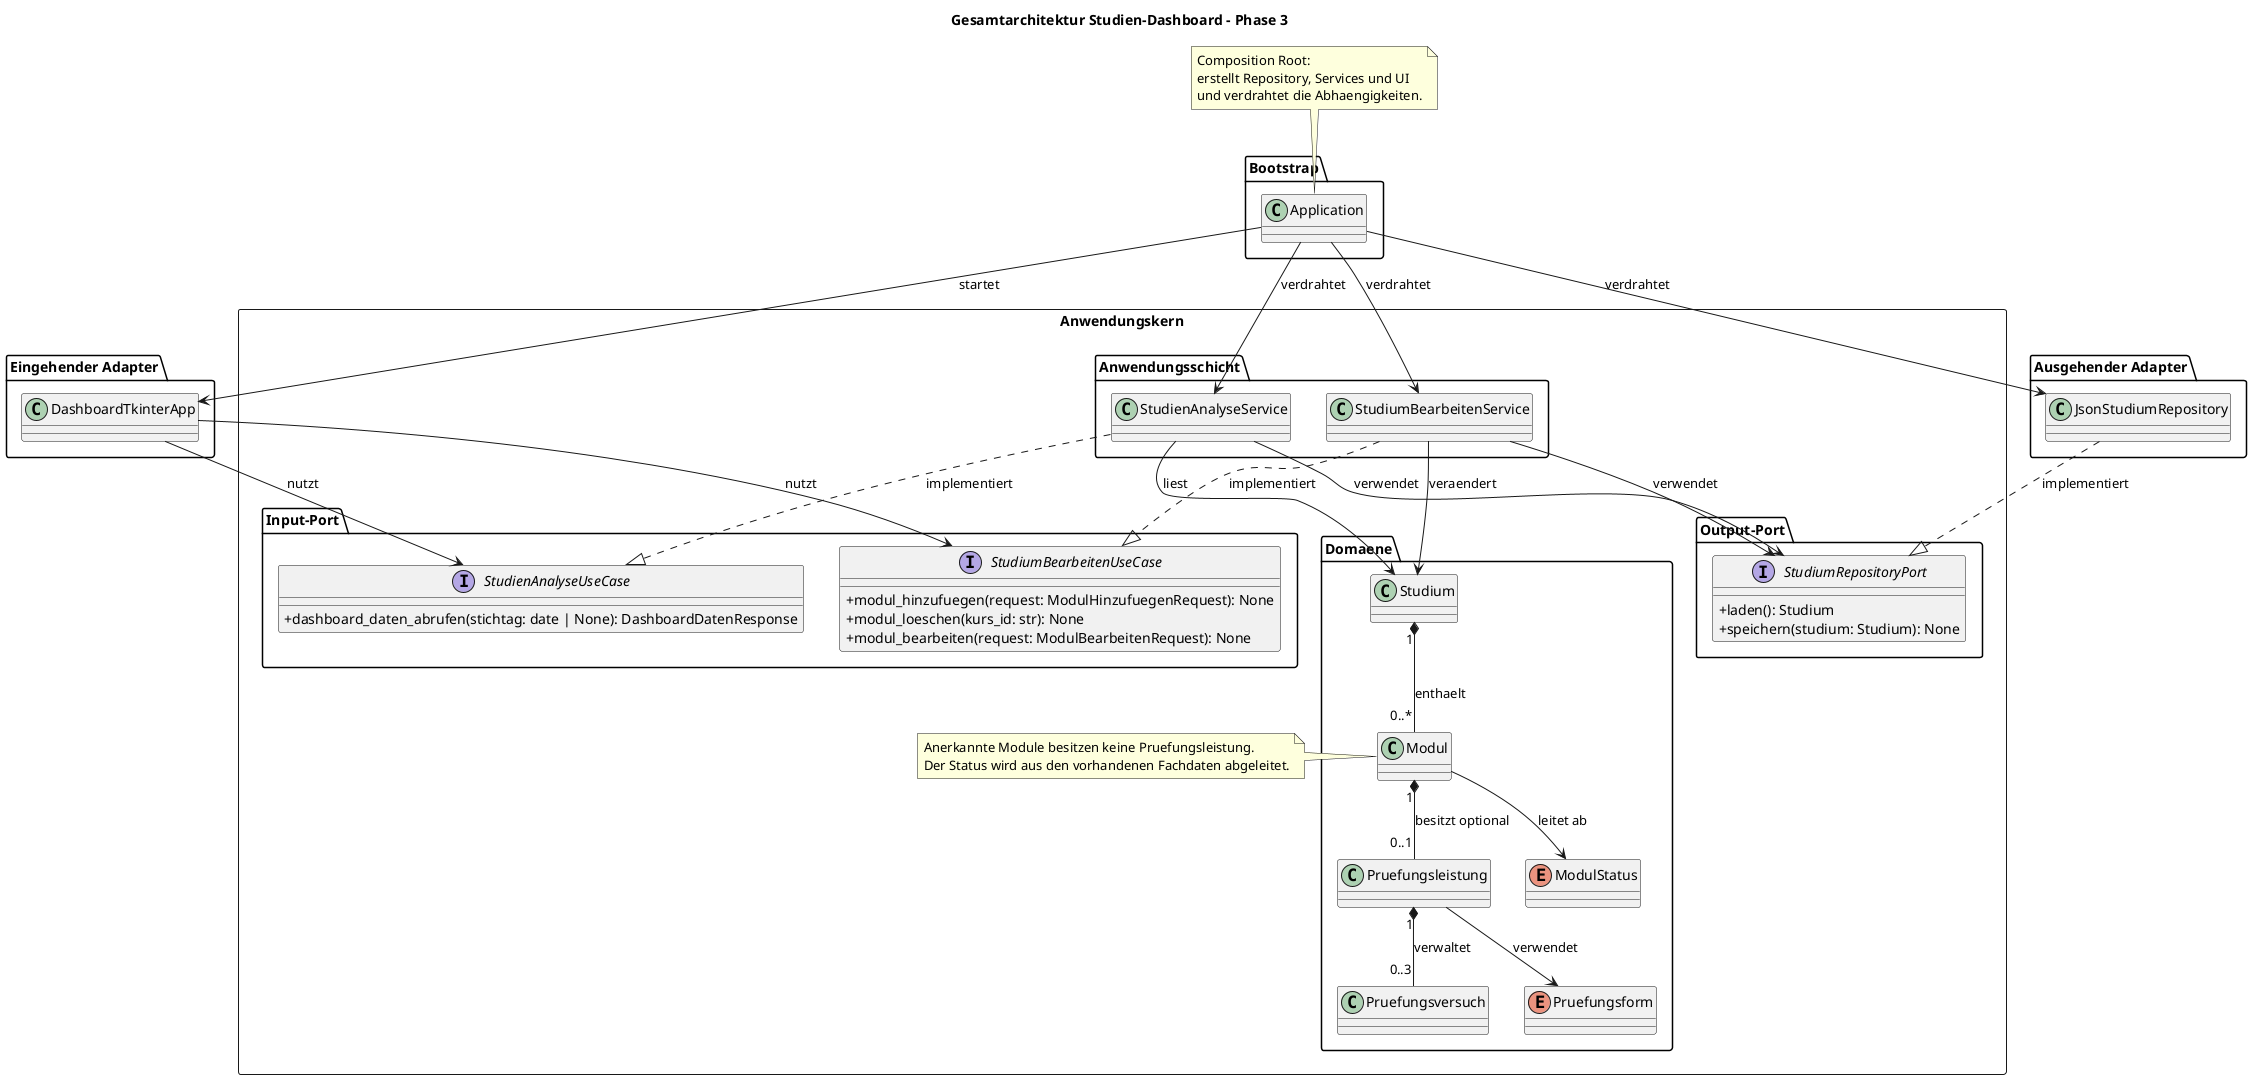
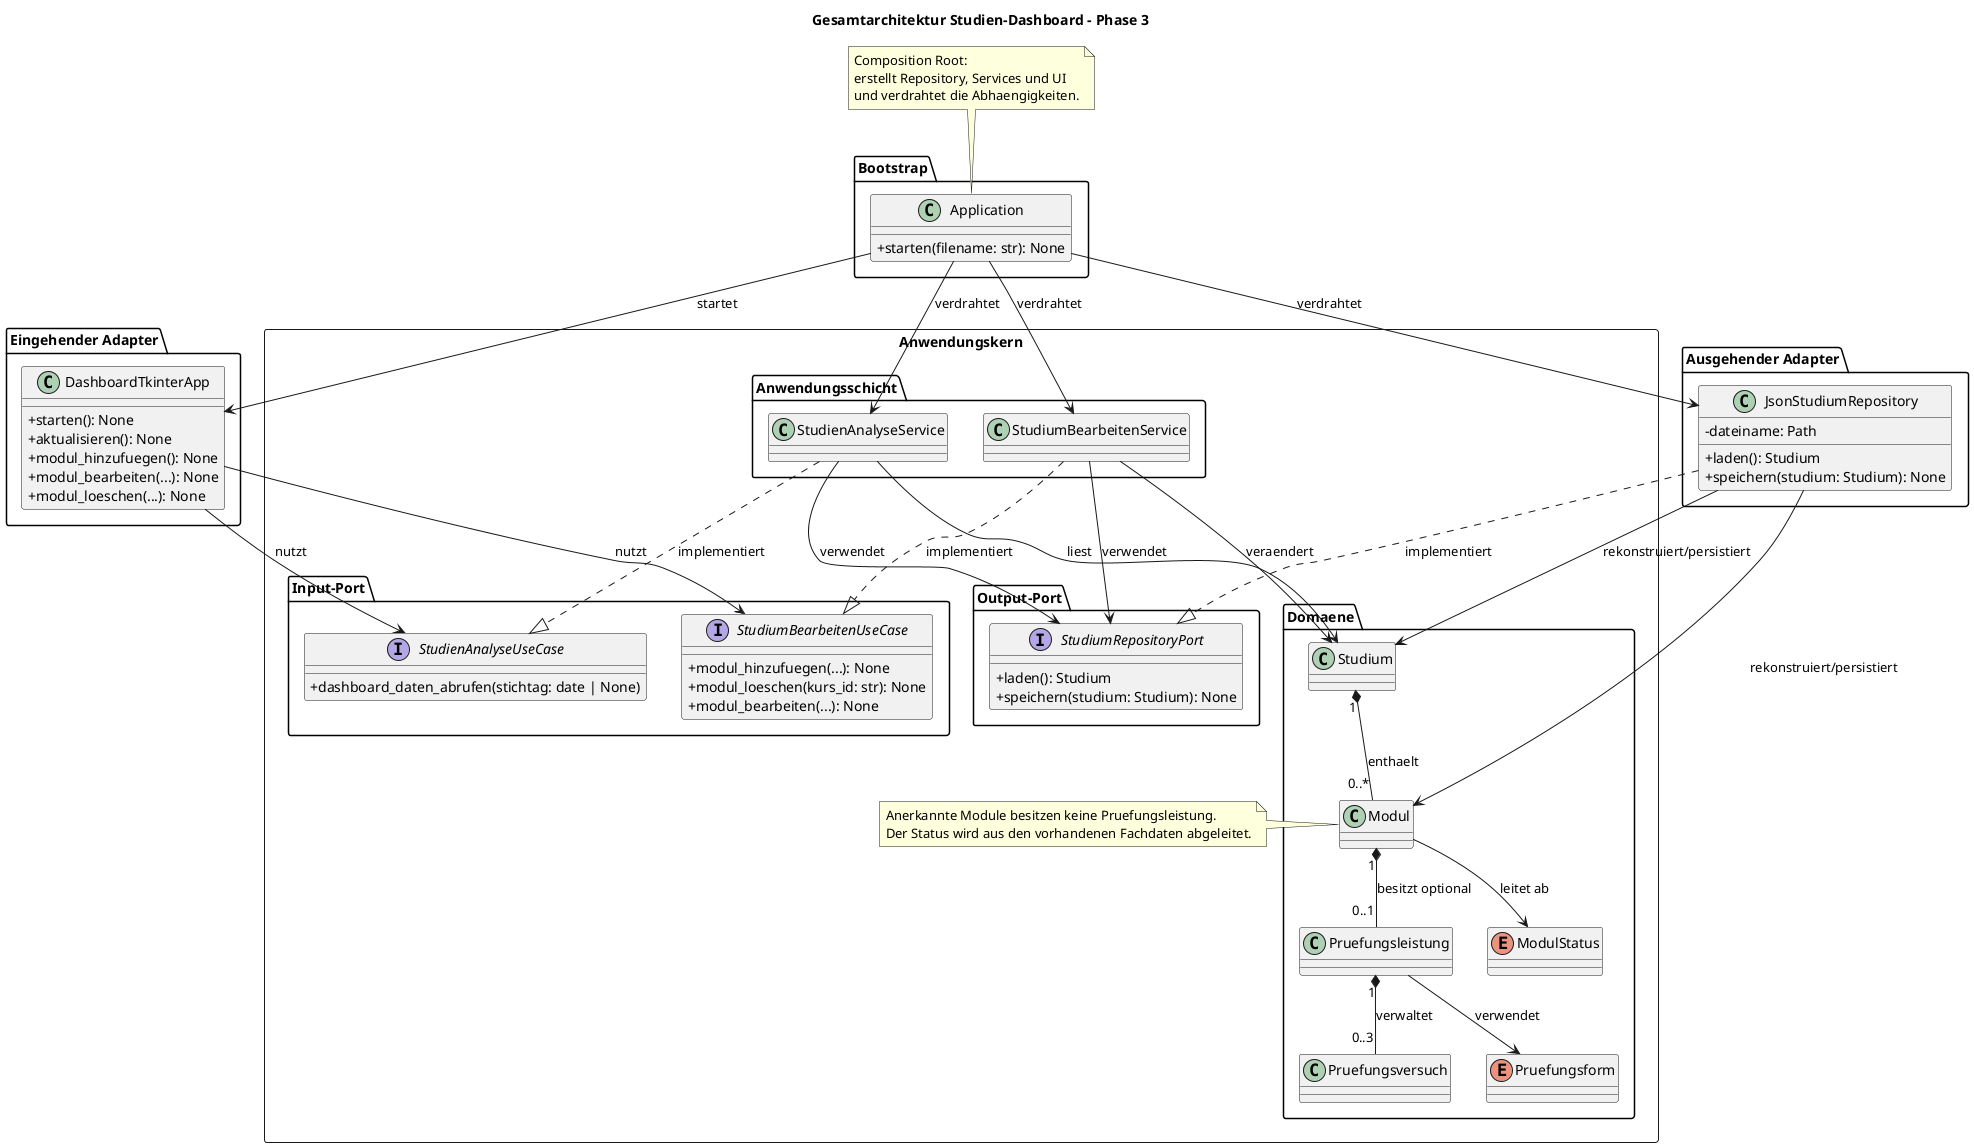
@startuml
skinparam classAttributeIconSize 0
top to bottom direction

title Gesamtarchitektur Studien-Dashboard - Phase 3

package "Bootstrap" {
-   class Application
+   class Application {
+     + starten(filename: str): None
+   }
}

package "Eingehender Adapter" {
-   class DashboardTkinterApp
+   class DashboardTkinterApp {
+     + starten(): None
+     + aktualisieren(): None
+     + modul_hinzufuegen(): None
+     + modul_bearbeiten(...): None
+     + modul_loeschen(...): None
+   }
}

package "Ausgehender Adapter" {
-   class JsonStudiumRepository
+   class JsonStudiumRepository {
+     - dateiname: Path
+     + laden(): Studium
+     + speichern(studium: Studium): None
+   }
}

rectangle "Anwendungskern" {
  package "Input-Port" {
    interface StudienAnalyseUseCase {
-       + dashboard_daten_abrufen(stichtag: date | None): DashboardDatenResponse
+       + dashboard_daten_abrufen(stichtag: date | None)
    }

    interface StudiumBearbeitenUseCase {
-       + modul_hinzufuegen(request: ModulHinzufuegenRequest): None
+       + modul_hinzufuegen(...): None
      + modul_loeschen(kurs_id: str): None
-       + modul_bearbeiten(request: ModulBearbeitenRequest): None
+       + modul_bearbeiten(...): None
    }
  }

  package "Anwendungsschicht" {
    class StudienAnalyseService
    class StudiumBearbeitenService
  }

  package "Output-Port" {
    interface StudiumRepositoryPort {
      + laden(): Studium
      + speichern(studium: Studium): None
    }
  }

  package "Domaene" {
    class Studium
    class Modul
    class Pruefungsleistung
    class Pruefungsversuch

    enum ModulStatus
    enum Pruefungsform
  }
  note right of Modul
    Anerkannte Module besitzen keine Pruefungsleistung.
    Der Status wird aus den vorhandenen Fachdaten abgeleitet.
  end note

}

Application --> DashboardTkinterApp : startet
Application --> StudienAnalyseService : verdrahtet
Application --> StudiumBearbeitenService : verdrahtet
Application --> JsonStudiumRepository : verdrahtet

DashboardTkinterApp --> StudienAnalyseUseCase : nutzt
DashboardTkinterApp --> StudiumBearbeitenUseCase : nutzt

StudienAnalyseService ..|> StudienAnalyseUseCase : implementiert
StudiumBearbeitenService ..|> StudiumBearbeitenUseCase : implementiert

StudienAnalyseService --> StudiumRepositoryPort : verwendet
StudiumBearbeitenService --> StudiumRepositoryPort : verwendet
JsonStudiumRepository ..|> StudiumRepositoryPort : implementiert
+ JsonStudiumRepository --> Studium : rekonstruiert/persistiert
+ JsonStudiumRepository --> Modul : rekonstruiert/persistiert

StudienAnalyseService --> Studium : liest
StudiumBearbeitenService --> Studium : veraendert

Studium "1" *-- "0..*" Modul : enthaelt
Modul "1" *-- "0..1" Pruefungsleistung : besitzt optional
Pruefungsleistung "1" *-- "0..3" Pruefungsversuch : verwaltet

Modul --> ModulStatus : leitet ab
Pruefungsleistung --> Pruefungsform : verwendet

note top of Application
  Composition Root:
  erstellt Repository, Services und UI
  und verdrahtet die Abhaengigkeiten.
end note

@enduml
